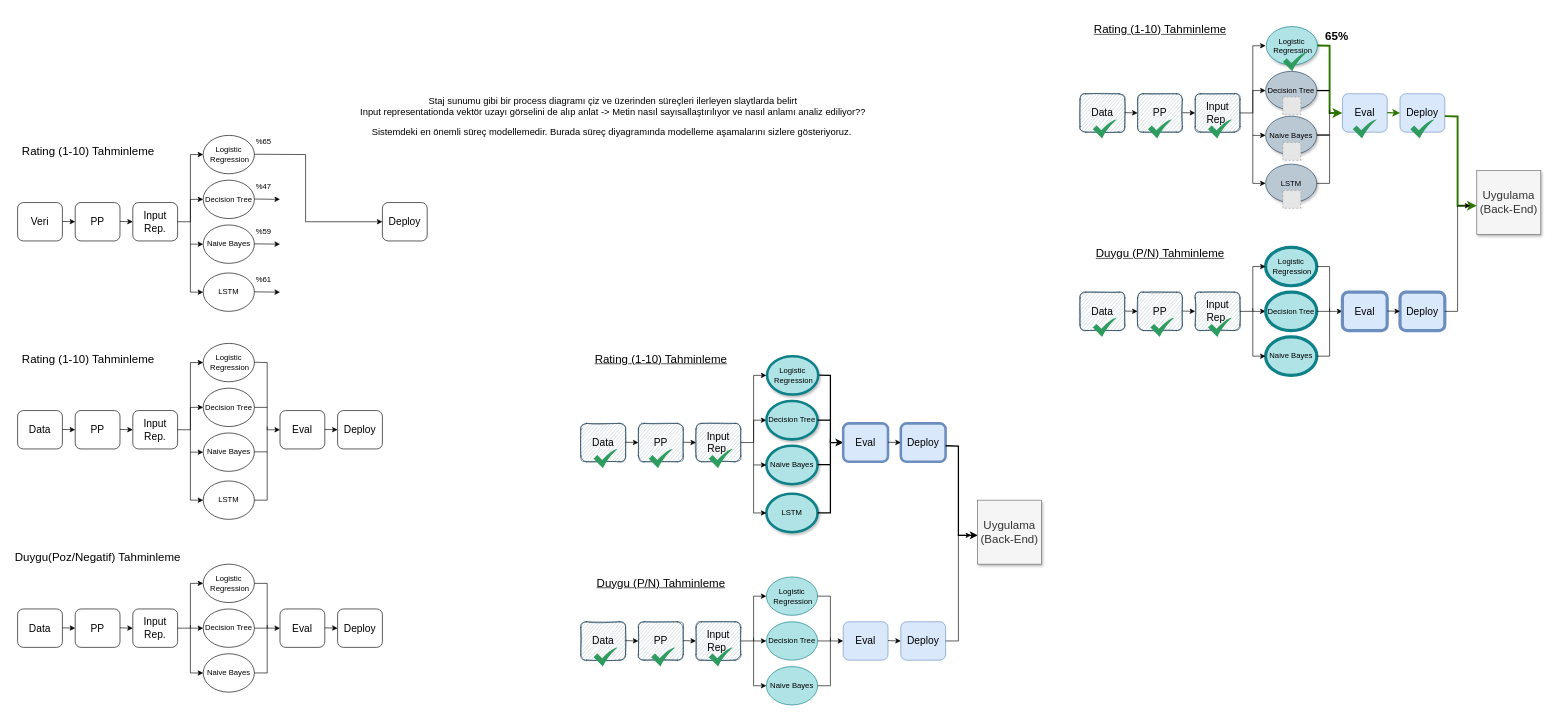
This is gradProjectProcesses.drawio from EgehanEralp/diagrams, a draw.io file, before an edit. Source tidied: cells renumbered, new cells numbered last; positions are measured from the earlier drawing's top-left corner, leaving out a move shared by most shapes. Both pictures are drawn from the tidied source at 64%, with x=0, y=0 at pixel (11, 23). Pictures stored in the file or linked from it are replaced by grey dashed boxes.
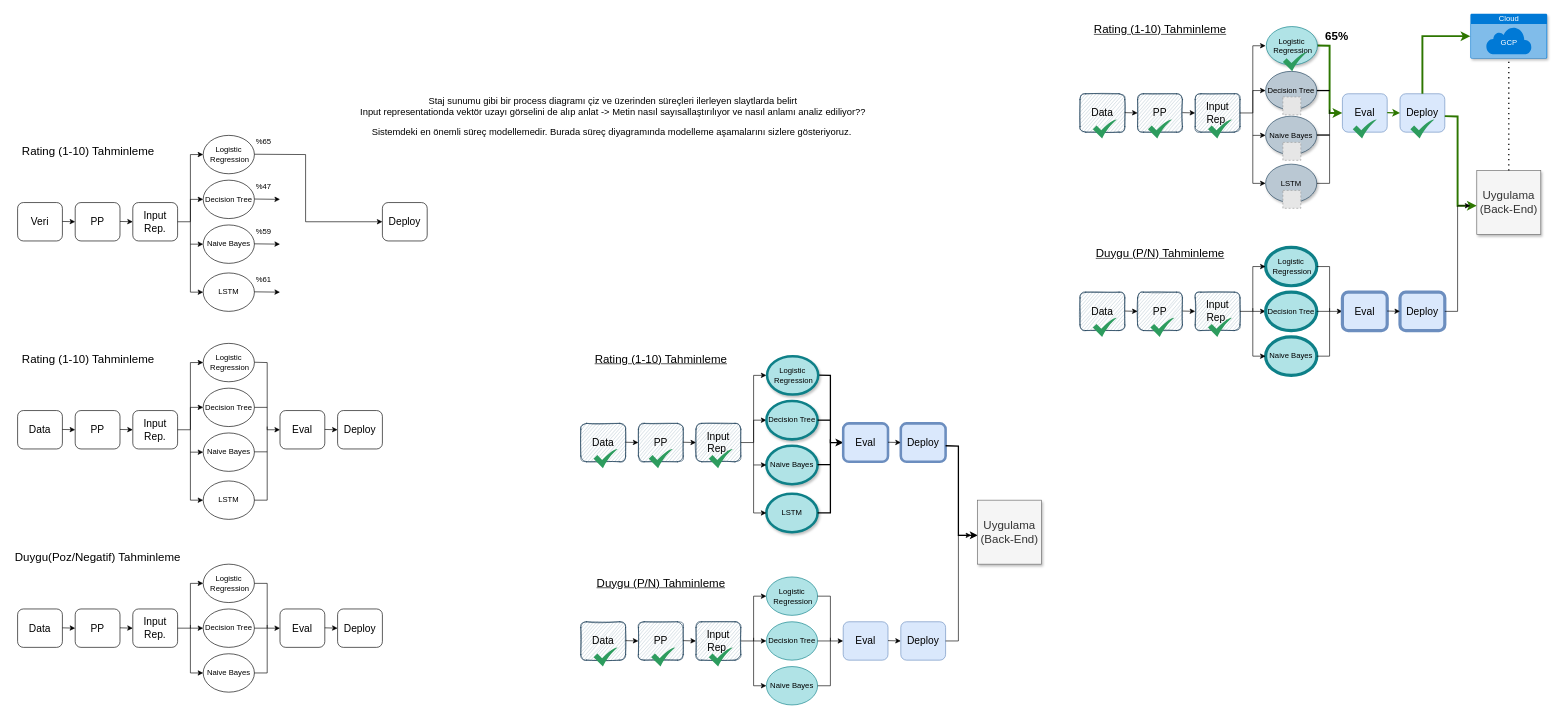
The same diagram, later.

Unchanged cells that the change refers to:
```xml
<mxCell id="131" value="&lt;font size=&quot;3&quot;&gt;Deploy&lt;/font&gt;" style="rounded=1;whiteSpace=wrap;html=1;fillColor=#dae8fc;strokeColor=#6c8ebf;strokeWidth=1;" parent="1" vertex="1">
  <mxGeometry x="2170" y="110" width="70" height="60" as="geometry" />
</mxCell>
<mxCell id="153" value="&lt;font style=&quot;font-size: 18px&quot;&gt;Uygulama (Back-End)&lt;/font&gt;" style="whiteSpace=wrap;html=1;fillColor=#f5f5f5;strokeColor=#666666;fontColor=#333333;glass=0;rounded=0;shadow=1;" parent="1" vertex="1">
  <mxGeometry x="2290" y="230" width="100" height="100" as="geometry" />
</mxCell>
```

Diff of the diagram source:
```diff
@@
+    <mxCell id="168" value="Cloud" style="html=1;strokeColor=none;fillColor=#0079D6;labelPosition=center;verticalLabelPosition=middle;verticalAlign=top;align=center;fontSize=12;outlineConnect=0;spacingTop=-6;fontColor=#FFFFFF;shape=mxgraph.sitemap.cloud;rounded=0;shadow=1;glass=0;sketch=0;" parent="1" vertex="1">
+      <mxGeometry x="2280" y="-15" width="120" height="70" as="geometry" />
+    </mxCell>
+    <mxCell id="169" style="endArrow=classic;html=1;exitX=0.5;exitY=0;exitDx=0;exitDy=0;rounded=0;strokeWidth=3;fillColor=#60a917;strokeColor=#2D7600;entryX=0;entryY=0.5;entryDx=0;entryDy=0;entryPerimeter=0;" parent="1" edge="1" source="131" target="168">
+      <mxGeometry relative="1" as="geometry">
+        <Array as="points">
+          <mxPoint x="2205" y="20" />
+          <mxPoint x="2230" y="20" />
+        </Array>
+      </mxGeometry>
+    </mxCell>
+    <mxCell id="170" value="&lt;font color=&quot;#ffffff&quot;&gt;GCP&lt;/font&gt;" style="text;html=1;align=center;verticalAlign=middle;strokeColor=none;" parent="1" vertex="1">
+      <mxGeometry x="2320" y="20" width="40" height="20" as="geometry" />
+    </mxCell>
+    <mxCell id="171" style="endArrow=none;dashed=1;html=1;dashPattern=1 3;strokeWidth=2;entryX=0.5;entryY=1;entryDx=0;entryDy=0;entryPerimeter=0;exitX=0.5;exitY=0;exitDx=0;exitDy=0;" parent="1" edge="1" source="153" target="168">
+      <mxGeometry relative="1" as="geometry" />
+    </mxCell>
```
